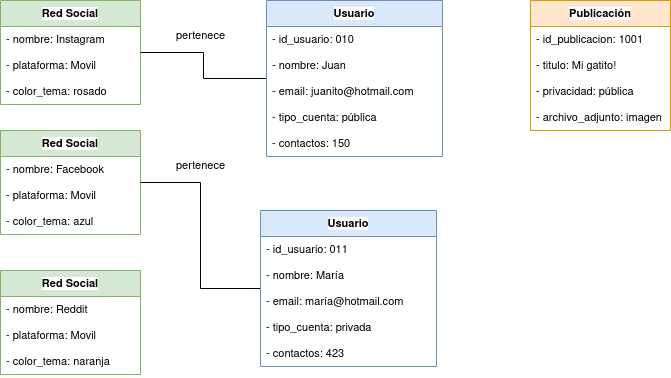
Above: diagramas_objetos/red-social/diagrama-objeto-red-social.drawio.png in JesusLugo2002/ETS (draw.io), before the change. Source tidied: cells renumbered, new cells last; positions are measured from the earlier drawing's top-left corner, leaving out a move shared by most shapes.
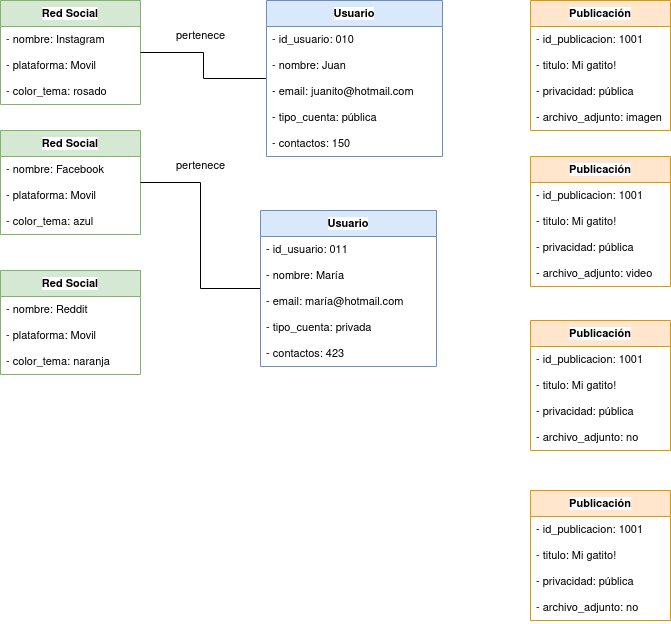
After the change.

Change to the diagram source:
```diff
@@ -101,5 +101,50 @@
     <mxCell id="34" value="pertenece" style="text;html=1;align=center;verticalAlign=middle;strokeColor=none;fillColor=none;fontFamily=Helvetica;fontSize=11;fontColor=default;labelBackgroundColor=default;" parent="1" vertex="1">
       <mxGeometry x="165" y="150" width="70" height="30" as="geometry" />
     </mxCell>
+    <mxCell id="35" value="Publicación" style="swimlane;fontStyle=1;horizontal=1;startSize=26;fillColor=#ffe6cc;whiteSpace=wrap;html=1;fontFamily=Helvetica;fontSize=11;labelBackgroundColor=default;strokeColor=#d79b00;" parent="1" vertex="1">
+      <mxGeometry x="530" y="156" width="140" height="130" as="geometry" />
+    </mxCell>
+    <mxCell id="36" value="- id_publicacion: 1001" style="text;strokeColor=none;fillColor=none;align=left;verticalAlign=top;spacingLeft=4;spacingRight=4;overflow=hidden;whiteSpace=wrap;html=1;fontFamily=Helvetica;fontSize=11;fontColor=default;labelBackgroundColor=default;" parent="35" vertex="1">
+      <mxGeometry y="26" width="140" height="26" as="geometry" />
+    </mxCell>
+    <mxCell id="37" value="- titulo: Mi gatito!" style="text;strokeColor=none;fillColor=none;align=left;verticalAlign=top;spacingLeft=4;spacingRight=4;overflow=hidden;whiteSpace=wrap;html=1;fontFamily=Helvetica;fontSize=11;fontColor=default;labelBackgroundColor=default;" parent="35" vertex="1">
+      <mxGeometry y="52" width="140" height="26" as="geometry" />
+    </mxCell>
+    <mxCell id="38" value="- privacidad: pública" style="text;strokeColor=none;fillColor=none;align=left;verticalAlign=top;spacingLeft=4;spacingRight=4;overflow=hidden;whiteSpace=wrap;html=1;fontFamily=Helvetica;fontSize=11;fontColor=default;labelBackgroundColor=default;" parent="35" vertex="1">
+      <mxGeometry y="78" width="140" height="26" as="geometry" />
+    </mxCell>
+    <mxCell id="39" value="- archivo_adjunto: video" style="text;strokeColor=none;fillColor=none;align=left;verticalAlign=top;spacingLeft=4;spacingRight=4;overflow=hidden;whiteSpace=wrap;html=1;fontFamily=Helvetica;fontSize=11;fontColor=default;labelBackgroundColor=default;" parent="35" vertex="1">
+      <mxGeometry y="104" width="140" height="26" as="geometry" />
+    </mxCell>
+    <mxCell id="40" value="Publicación" style="swimlane;fontStyle=1;horizontal=1;startSize=26;fillColor=#ffe6cc;whiteSpace=wrap;html=1;fontFamily=Helvetica;fontSize=11;labelBackgroundColor=default;strokeColor=#d79b00;" parent="1" vertex="1">
+      <mxGeometry x="530" y="320" width="140" height="130" as="geometry" />
+    </mxCell>
+    <mxCell id="41" value="- id_publicacion: 1001" style="text;strokeColor=none;fillColor=none;align=left;verticalAlign=top;spacingLeft=4;spacingRight=4;overflow=hidden;whiteSpace=wrap;html=1;fontFamily=Helvetica;fontSize=11;fontColor=default;labelBackgroundColor=default;" parent="40" vertex="1">
+      <mxGeometry y="26" width="140" height="26" as="geometry" />
+    </mxCell>
+    <mxCell id="42" value="- titulo: Mi gatito!" style="text;strokeColor=none;fillColor=none;align=left;verticalAlign=top;spacingLeft=4;spacingRight=4;overflow=hidden;whiteSpace=wrap;html=1;fontFamily=Helvetica;fontSize=11;fontColor=default;labelBackgroundColor=default;" parent="40" vertex="1">
+      <mxGeometry y="52" width="140" height="26" as="geometry" />
+    </mxCell>
+    <mxCell id="43" value="- privacidad: pública" style="text;strokeColor=none;fillColor=none;align=left;verticalAlign=top;spacingLeft=4;spacingRight=4;overflow=hidden;whiteSpace=wrap;html=1;fontFamily=Helvetica;fontSize=11;fontColor=default;labelBackgroundColor=default;" parent="40" vertex="1">
+      <mxGeometry y="78" width="140" height="26" as="geometry" />
+    </mxCell>
+    <mxCell id="44" value="- archivo_adjunto: no" style="text;strokeColor=none;fillColor=none;align=left;verticalAlign=top;spacingLeft=4;spacingRight=4;overflow=hidden;whiteSpace=wrap;html=1;fontFamily=Helvetica;fontSize=11;fontColor=default;labelBackgroundColor=default;" parent="40" vertex="1">
+      <mxGeometry y="104" width="140" height="26" as="geometry" />
+    </mxCell>
+    <mxCell id="45" value="Publicación" style="swimlane;fontStyle=1;horizontal=1;startSize=26;fillColor=#ffe6cc;whiteSpace=wrap;html=1;fontFamily=Helvetica;fontSize=11;labelBackgroundColor=default;strokeColor=#d79b00;" parent="1" vertex="1">
+      <mxGeometry x="530" y="490" width="140" height="130" as="geometry" />
+    </mxCell>
+    <mxCell id="46" value="- id_publicacion: 1001" style="text;strokeColor=none;fillColor=none;align=left;verticalAlign=top;spacingLeft=4;spacingRight=4;overflow=hidden;whiteSpace=wrap;html=1;fontFamily=Helvetica;fontSize=11;fontColor=default;labelBackgroundColor=default;" parent="45" vertex="1">
+      <mxGeometry y="26" width="140" height="26" as="geometry" />
+    </mxCell>
+    <mxCell id="47" value="- titulo: Mi gatito!" style="text;strokeColor=none;fillColor=none;align=left;verticalAlign=top;spacingLeft=4;spacingRight=4;overflow=hidden;whiteSpace=wrap;html=1;fontFamily=Helvetica;fontSize=11;fontColor=default;labelBackgroundColor=default;" parent="45" vertex="1">
+      <mxGeometry y="52" width="140" height="26" as="geometry" />
+    </mxCell>
+    <mxCell id="48" value="- privacidad: pública" style="text;strokeColor=none;fillColor=none;align=left;verticalAlign=top;spacingLeft=4;spacingRight=4;overflow=hidden;whiteSpace=wrap;html=1;fontFamily=Helvetica;fontSize=11;fontColor=default;labelBackgroundColor=default;" parent="45" vertex="1">
+      <mxGeometry y="78" width="140" height="26" as="geometry" />
+    </mxCell>
+    <mxCell id="49" value="- archivo_adjunto: no" style="text;strokeColor=none;fillColor=none;align=left;verticalAlign=top;spacingLeft=4;spacingRight=4;overflow=hidden;whiteSpace=wrap;html=1;fontFamily=Helvetica;fontSize=11;fontColor=default;labelBackgroundColor=default;" parent="45" vertex="1">
+      <mxGeometry y="104" width="140" height="26" as="geometry" />
+    </mxCell>
   </root>
 </mxGraphModel>
```
